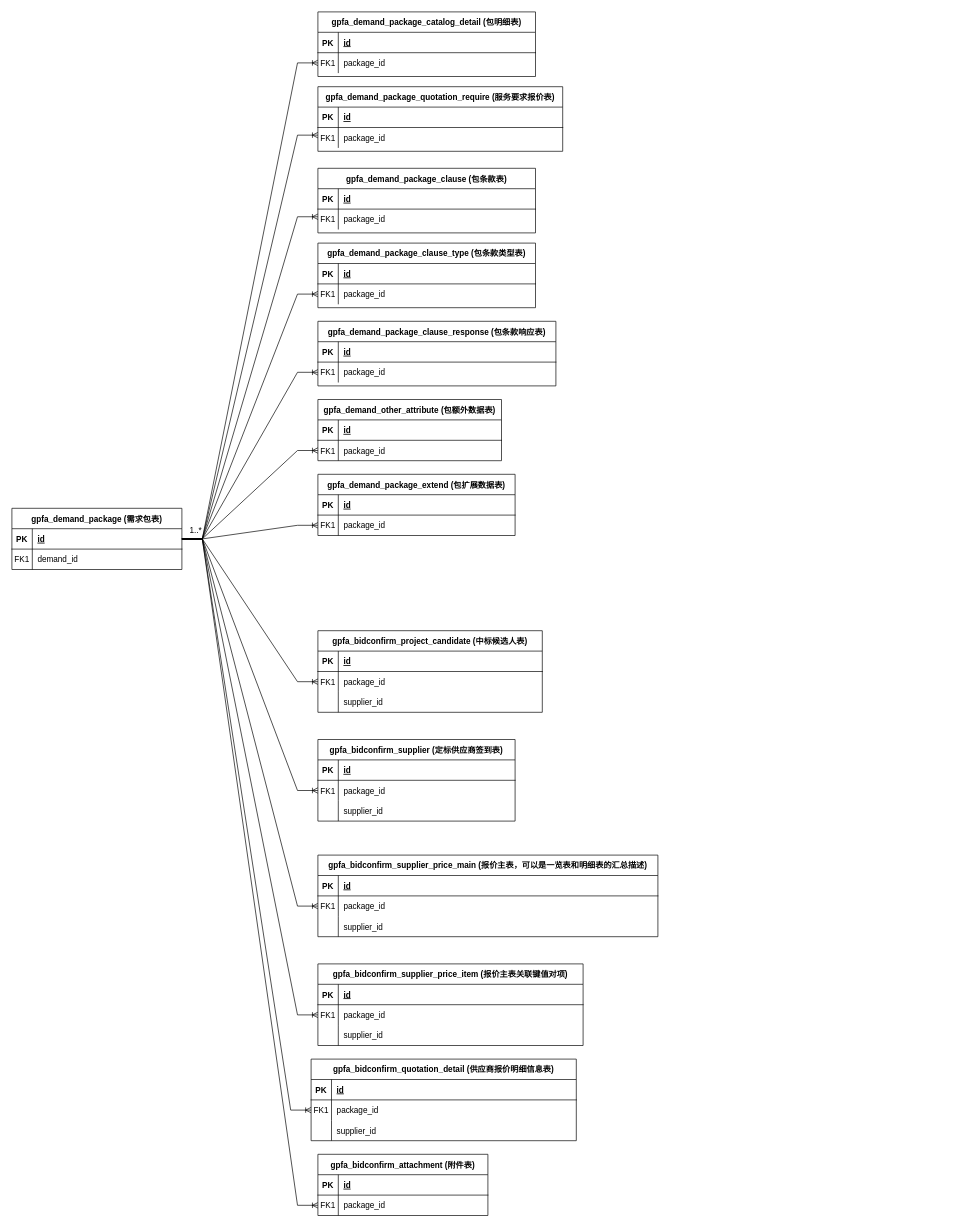
dernight1/draw.io keeps this draw.io diagram as demand_data_hierarchy_copy.drawio. Above is the earlier version. Source tidied: cells renumbered, new cells numbered last; positions are measured from the earlier drawing's top-left corner, leaving out a move shared by most shapes. Both pictures are drawn from the tidied source at 68%, with x=0, y=0 at pixel (12, 12).
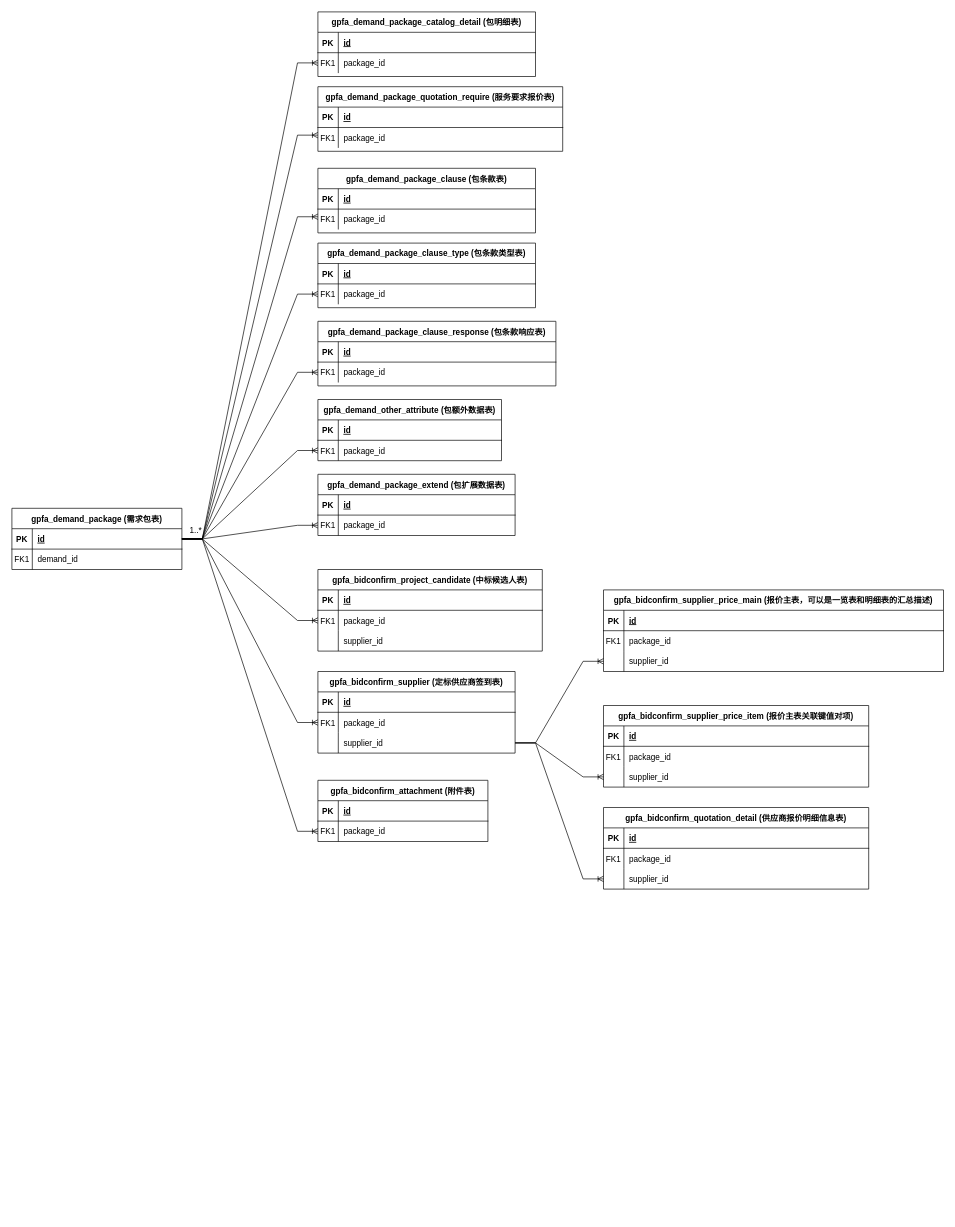
The same page after the edit.

Unchanged cells that the change refers to:
```xml
<mxCell id="3" style="shape=partialRectangle;fillColor=none;points=[[0,0.5],[1,0.5]];portConstraint=eastwest;top=0;left=0;right=0;bottom=1;" parent="2" vertex="1">
  <mxGeometry y="30" width="250" height="30" as="geometry" />
</mxCell>
<mxCell id="75" style="shape=partialRectangle;fillColor=none;points=[[0,0.5],[1,0.5]];portConstraint=eastwest;top=0;left=0;right=0;bottom=0;" parent="68" vertex="1">
  <mxGeometry y="90" width="290" height="30" as="geometry" />
</mxCell>
<mxCell id="82" style="shape=partialRectangle;fillColor=none;points=[[0,0.5],[1,0.5]];portConstraint=eastwest;top=0;left=0;right=0;bottom=0;" parent="78" vertex="1">
  <mxGeometry y="60" width="500" height="30" as="geometry" />
</mxCell>
<mxCell id="85" style="shape=partialRectangle;fillColor=none;points=[[0,0.5],[1,0.5]];portConstraint=eastwest;top=0;left=0;right=0;bottom=0;" parent="78" vertex="1">
  <mxGeometry y="90" width="500" height="30" as="geometry" />
</mxCell>
<mxCell id="92" style="shape=partialRectangle;fillColor=none;points=[[0,0.5],[1,0.5]];portConstraint=eastwest;top=0;left=0;right=0;bottom=0;" parent="88" vertex="1">
  <mxGeometry y="60" width="390" height="30" as="geometry" />
</mxCell>
<mxCell id="95" style="shape=partialRectangle;fillColor=none;points=[[0,0.5],[1,0.5]];portConstraint=eastwest;top=0;left=0;right=0;bottom=0;" parent="88" vertex="1">
  <mxGeometry y="90" width="390" height="30" as="geometry" />
</mxCell>
<mxCell id="102" style="shape=partialRectangle;fillColor=none;points=[[0,0.5],[1,0.5]];portConstraint=eastwest;top=0;left=0;right=0;bottom=0;" parent="98" vertex="1">
  <mxGeometry y="60" width="390" height="30" as="geometry" />
</mxCell>
<mxCell id="105" style="shape=partialRectangle;fillColor=none;points=[[0,0.5],[1,0.5]];portConstraint=eastwest;top=0;left=0;right=0;bottom=0;" parent="98" vertex="1">
  <mxGeometry y="90" width="390" height="30" as="geometry" />
</mxCell>
```

Change to the diagram source:
```diff
@@
     <mxCell id="58" value="gpfa_bidconfirm_project_candidate (中标候选人表)" style="shape=table;startSize=30;childLayout=tableLayout;rowLines=0;fontStyle=1;align=center;" parent="1" vertex="1">
-      <mxGeometry x="450" y="910" width="330" height="120" as="geometry" />
+      <mxGeometry x="450" y="820" width="330" height="120" as="geometry" />
     </mxCell>
@@
     <mxCell id="68" value="gpfa_bidconfirm_supplier (定标供应商签到表)" style="shape=table;startSize=30;childLayout=tableLayout;rowLines=0;fontStyle=1;align=center;" parent="1" vertex="1">
-      <mxGeometry x="450" y="1070" width="290" height="120" as="geometry" />
+      <mxGeometry x="450" y="970" width="290" height="120" as="geometry" />
     </mxCell>
@@
     <mxCell id="78" value="gpfa_bidconfirm_supplier_price_main (报价主表，可以是一览表和明细表的汇总描述)" style="shape=table;startSize=30;childLayout=tableLayout;rowLines=0;fontStyle=1;align=center;" parent="1" vertex="1">
-      <mxGeometry x="450" y="1240" width="500" height="120" as="geometry" />
+      <mxGeometry x="870" y="850" width="500" height="120" as="geometry" />
     </mxCell>
@@
     <mxCell id="88" value="gpfa_bidconfirm_supplier_price_item (报价主表关联键值对项)" style="shape=table;startSize=30;childLayout=tableLayout;rowLines=0;fontStyle=1;align=center;" parent="1" vertex="1">
-      <mxGeometry x="450" y="1400" width="390" height="120" as="geometry" />
+      <mxGeometry x="870" y="1020" width="390" height="120" as="geometry" />
     </mxCell>
@@
     <mxCell id="98" value="gpfa_bidconfirm_quotation_detail (供应商报价明细信息表)" style="shape=table;startSize=30;childLayout=tableLayout;rowLines=0;fontStyle=1;align=center;" parent="1" vertex="1">
-      <mxGeometry x="440" y="1540" width="390" height="120" as="geometry" />
+      <mxGeometry x="870" y="1170" width="390" height="120" as="geometry" />
     </mxCell>
@@
     <mxCell id="108" value="gpfa_bidconfirm_attachment (附件表)" style="shape=table;startSize=30;childLayout=tableLayout;rowLines=0;fontStyle=1;align=center;" parent="1" vertex="1">
-      <mxGeometry x="450" y="1680" width="250" height="90" as="geometry" />
+      <mxGeometry x="450" y="1130" width="250" height="90" as="geometry" />
     </mxCell>
@@
-    <mxCell id="124" style="edgeStyle=entityRelationEdgeStyle;fontSize=12;html=1;endArrow=ERoneToMany;rounded=0;entryX=0;entryY=0.5;entryDx=0;entryDy=0;exitX=1;exitY=0.5;exitDx=0;exitDy=0;" parent="1" edge="1" source="3" target="82">
+    <mxCell id="124" style="edgeStyle=entityRelationEdgeStyle;fontSize=12;html=1;endArrow=ERoneToMany;rounded=0;entryX=0;entryY=0.5;entryDx=0;entryDy=0;exitX=1;exitY=0.5;exitDx=0;exitDy=0;" parent="1" edge="1" source="75" target="85">
       <mxGeometry relative="1" as="geometry" />
     </mxCell>
-    <mxCell id="125" style="edgeStyle=entityRelationEdgeStyle;fontSize=12;html=1;endArrow=ERoneToMany;rounded=0;entryX=0;entryY=0.5;entryDx=0;entryDy=0;exitX=1;exitY=0.5;exitDx=0;exitDy=0;" parent="1" edge="1" source="3" target="92">
+    <mxCell id="125" style="edgeStyle=entityRelationEdgeStyle;fontSize=12;html=1;endArrow=ERoneToMany;rounded=0;entryX=0;entryY=0.5;entryDx=0;entryDy=0;exitX=1;exitY=0.5;exitDx=0;exitDy=0;" parent="1" edge="1" source="75" target="95">
       <mxGeometry relative="1" as="geometry" />
     </mxCell>
@@
-    <mxCell id="127" style="edgeStyle=entityRelationEdgeStyle;fontSize=12;html=1;endArrow=ERoneToMany;rounded=0;entryX=0;entryY=0.5;entryDx=0;entryDy=0;exitX=1;exitY=0.5;exitDx=0;exitDy=0;" parent="1" edge="1" source="3" target="102">
+    <mxCell id="127" style="edgeStyle=entityRelationEdgeStyle;fontSize=12;html=1;endArrow=ERoneToMany;rounded=0;entryX=0;entryY=0.5;entryDx=0;entryDy=0;exitX=1;exitY=0.5;exitDx=0;exitDy=0;" parent="1" edge="1" source="75" target="105">
       <mxGeometry relative="1" as="geometry" />
     </mxCell>
```
